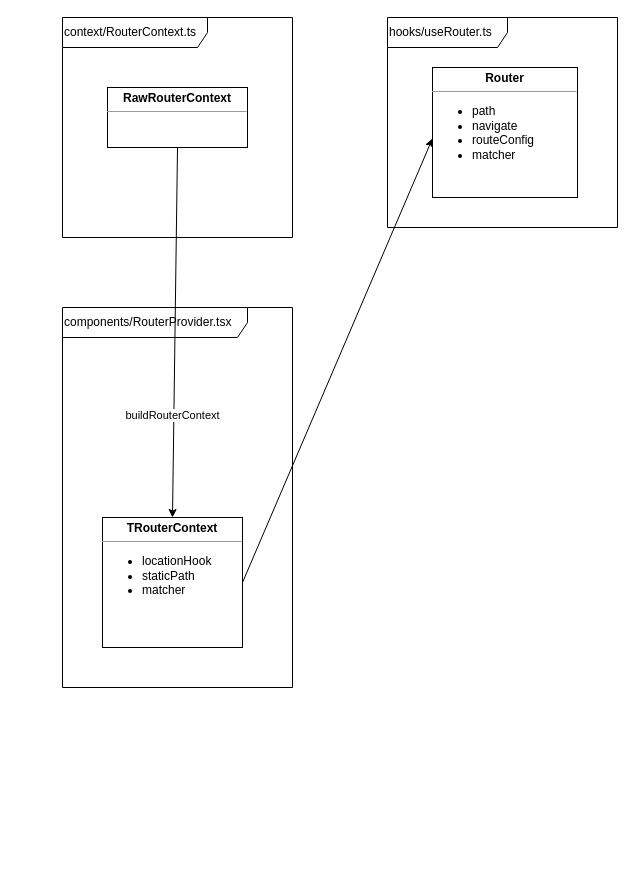
The draw.io diagram packages/router/docs/router.drawio in vavra7/react-ssr, before the edit. Source tidied: cells renumbered, new cells numbered last; positions are measured from the earlier drawing's top-left corner, leaving out a move shared by most shapes. Both pictures are drawn from the tidied source at 100%, with x=0, y=0 at pixel (62, 17).
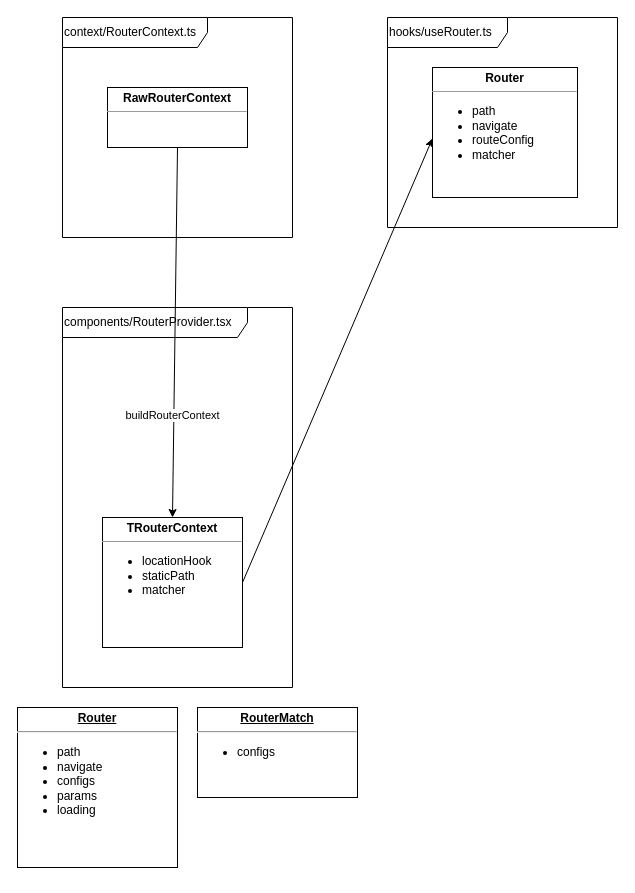
After the change.

Change to the diagram source:
```diff
@@
 <mxGraphModel>
   <root>
     <mxCell id="0" />
     <mxCell id="1" parent="0" />
     <mxCell id="2" value="context/RouterContext.ts" style="shape=umlFrame;whiteSpace=wrap;html=1;labelBackgroundColor=none;align=left;width=145;height=30;" parent="1" vertex="1">
       <mxGeometry width="230" height="220" as="geometry" />
     </mxCell>
     <mxCell id="3" value="components/RouterProvider.tsx" style="shape=umlFrame;whiteSpace=wrap;html=1;labelBackgroundColor=none;align=left;width=185;height=30;" parent="1" vertex="1">
       <mxGeometry y="290" width="230" height="380" as="geometry" />
     </mxCell>
     <mxCell id="4" value="&lt;p style=&quot;margin: 0px ; margin-top: 4px ; text-align: center&quot;&gt;&lt;b&gt;RawRouterContext&lt;/b&gt;&lt;/p&gt;&lt;hr size=&quot;1&quot;&gt;&lt;div style=&quot;height: 2px&quot;&gt;&lt;br&gt;&lt;/div&gt;" style="verticalAlign=top;align=left;overflow=fill;fontSize=12;fontFamily=Helvetica;html=1;spacing=11;labelBorderColor=none;labelBackgroundColor=none;spacingLeft=144;" parent="1" vertex="1">
       <mxGeometry x="45" y="70" width="140" height="60" as="geometry" />
     </mxCell>
     <mxCell id="5" value="&lt;p style=&quot;margin: 0px ; margin-top: 4px ; text-align: center&quot;&gt;&lt;b&gt;TRouterContext&lt;/b&gt;&lt;/p&gt;&lt;hr size=&quot;1&quot;&gt;&lt;div style=&quot;height: 2px&quot;&gt;&lt;ul&gt;&lt;li&gt;locationHook&lt;/li&gt;&lt;li&gt;staticPath&lt;/li&gt;&lt;li&gt;matcher&lt;/li&gt;&lt;/ul&gt;&lt;/div&gt;" style="verticalAlign=top;align=left;overflow=fill;fontSize=12;fontFamily=Helvetica;html=1;spacing=11;labelBorderColor=none;labelBackgroundColor=none;spacingLeft=144;" parent="1" vertex="1">
       <mxGeometry x="40" y="500" width="140" height="130" as="geometry" />
     </mxCell>
     <mxCell id="6" value="buildRouterContext" style="endArrow=classic;html=1;exitX=0.5;exitY=1;exitDx=0;exitDy=0;entryX=0.5;entryY=0;entryDx=0;entryDy=0;" parent="1" edge="1" source="4" target="5">
       <mxGeometry x="0.45" y="-1" relative="1" as="geometry" />
     </mxCell>
     <mxCell id="7" value="hooks/useRouter.ts" style="shape=umlFrame;whiteSpace=wrap;html=1;labelBackgroundColor=none;align=left;width=120;height=30;" parent="1" vertex="1">
       <mxGeometry x="325" width="230" height="210" as="geometry" />
     </mxCell>
     <mxCell id="8" value="&lt;p style=&quot;margin: 0px ; margin-top: 4px ; text-align: center&quot;&gt;&lt;b&gt;Router&lt;/b&gt;&lt;/p&gt;&lt;hr size=&quot;1&quot;&gt;&lt;div style=&quot;height: 2px&quot;&gt;&lt;ul&gt;&lt;li&gt;path&lt;/li&gt;&lt;li&gt;navigate&lt;/li&gt;&lt;li&gt;routeConfig&lt;/li&gt;&lt;li&gt;matcher&lt;/li&gt;&lt;/ul&gt;&lt;/div&gt;" style="verticalAlign=top;align=left;overflow=fill;fontSize=12;fontFamily=Helvetica;html=1;spacing=11;labelBorderColor=none;labelBackgroundColor=none;spacingLeft=144;" parent="1" vertex="1">
       <mxGeometry x="370" y="50" width="145" height="130" as="geometry" />
     </mxCell>
     <mxCell id="9" style="endArrow=classic;html=1;exitX=1;exitY=0.5;exitDx=0;exitDy=0;entryX=0;entryY=0.546;entryDx=0;entryDy=0;entryPerimeter=0;" parent="1" edge="1" source="5" target="8">
       <mxGeometry relative="1" as="geometry" />
     </mxCell>
+    <mxCell id="10" value="&lt;p style=&quot;margin: 0px ; margin-top: 4px ; text-align: center ; text-decoration: underline&quot;&gt;&lt;b&gt;Router&lt;/b&gt;&lt;/p&gt;&lt;hr&gt;&lt;p style=&quot;margin: 0px ; margin-left: 8px&quot;&gt;&lt;/p&gt;&lt;ul&gt;&lt;li&gt;path&lt;/li&gt;&lt;li&gt;navigate&lt;/li&gt;&lt;li&gt;configs&lt;/li&gt;&lt;li&gt;params&lt;/li&gt;&lt;li&gt;loading&lt;/li&gt;&lt;/ul&gt;&lt;p&gt;&lt;/p&gt;" style="verticalAlign=top;align=left;overflow=fill;fontSize=12;fontFamily=Helvetica;html=1;" parent="1" vertex="1">
+      <mxGeometry x="-45" y="690" width="160" height="160" as="geometry" />
+    </mxCell>
+    <mxCell id="11" style="edgeStyle=orthogonalEdgeStyle;rounded=0;orthogonalLoop=1;jettySize=auto;html=1;exitX=0.5;exitY=1;exitDx=0;exitDy=0;" parent="1" edge="1" source="10" target="10">
+      <mxGeometry relative="1" as="geometry" />
+    </mxCell>
+    <mxCell id="12" value="&lt;p style=&quot;margin: 0px ; margin-top: 4px ; text-align: center ; text-decoration: underline&quot;&gt;&lt;b&gt;RouterMatch&lt;/b&gt;&lt;/p&gt;&lt;hr&gt;&lt;p style=&quot;margin: 0px ; margin-left: 8px&quot;&gt;&lt;ul&gt;&lt;li&gt;configs&lt;/li&gt;&lt;/ul&gt;&lt;/p&gt;" style="verticalAlign=top;align=left;overflow=fill;fontSize=12;fontFamily=Helvetica;html=1;" parent="1" vertex="1">
+      <mxGeometry x="135" y="690" width="160" height="90" as="geometry" />
+    </mxCell>
   </root>
 </mxGraphModel>
```
